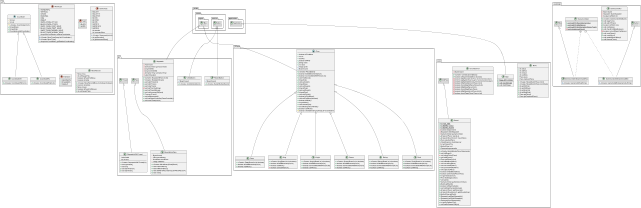
Above: doc/classDiagram.png in Zz1rg/Chessir (PlantUML), before the change.
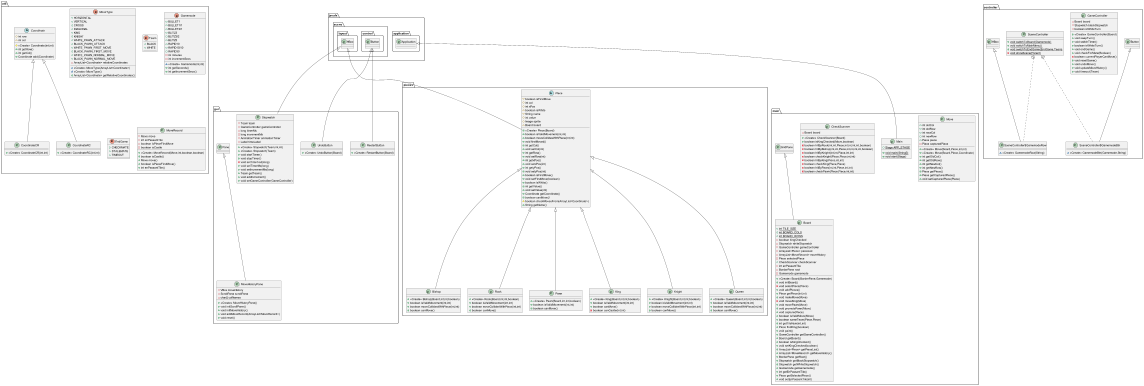
After the change.

Commit message:
Update class diagram

What changed in the source:
```diff
@@ -1,6 +1,5 @@
 @startuml
 class gui.RestartButton {
-~ Board board
 + <<Create>> RestartButton(Board)
 }
 enum util.MoveType {
@@ -33,13 +32,13 @@
 - boolean kingChecked
 - Stopwatch whiteStopwatch
 - GameController gameController
-+ ArrayList<Piece> pieceList
-+ ArrayList<MoveRecord> moveHistory
-+ Piece selectedPiece
+- ArrayList<Piece> pieceList
+- ArrayList<MoveRecord> moveHistory
+- Piece selectedPiece
 + CheckScanner checkScanner
 - int enPassantTile
-+ BorderPane root
-+ Gamemode gamemode
+- BorderPane root
+- Gamemode gamemode
 + <<Create>> Board(BorderPane,Gamemode)
 + void initBoard()
 - void selectPiece(Piece)
@@ -66,14 +65,14 @@
 + Stopwatch getWhiteStopwatch()
 + Gamemode getGamemode()
 + int getEnPassantTile()
++ Piece getSelectedPiece()
 + void setEnPassantTile(int)
 }
 class gui.MoveHistoryPane {
-- Board board
 - VBox moveHistory
 - ScrollPane scrollPane
 - char[] colNames
-+ <<Create>> MoveHistoryPane(Board)
++ <<Create>> MoveHistoryPane()
 + void initScrollPane()
 + void initMoveHistory()
 + void addMoveRecord(ArrayList<MoveRecord>)
@@ -105,14 +104,14 @@
 +  WHITE
 }
 abstract class pieces.Piece {
-+ boolean isFirstMove
-+ int col
-+ int xPos
-+ boolean isWhite
-+ String name
-+ int value
-~ Image sprite
-~ Board board
+# boolean isFirstMove
+# int col
+# int xPos
+# boolean isWhite
+# String name
+# int value
+# Image sprite
+# Board board
 + <<Create>> Piece(Board)
 + boolean isValidMovement(int,int)
 + boolean moveCollidesWithPiece(int,int)
@@ -133,6 +132,7 @@
 + Coordinate getCoordinate()
 + {abstract}boolean canMove()
 # boolean checkMovesFrom(ArrayList<Coordinate>)
++ String getName()
 }
 class controller.GameController {
 - Board board
@@ -156,7 +156,7 @@
 + int newCol
 + int newRow
 + Piece piece
-+ Piece capturedPiece
+- Piece capturedPiece
 + <<Create>> Move(Board,Piece,int,int)
 + <<Create>> Move(Board,Piece,Coordinate)
 + int getOldCol()
@@ -165,6 +165,7 @@
 + int getNewRow()
 + Piece getPiece()
 + Piece getCapturedPiece()
++ void setCapturedPiece(Piece)
 }
 enum util.Gamemode {
 +  BULLET1
@@ -199,7 +200,6 @@
 + int enPassantTile()
 }
 class gui.UndoButton {
-~ Board board
 + <<Create>> UndoButton(Board)
 }
 class pieces.Knight {
@@ -215,15 +215,6 @@
 }
 class util.CoordinateRC {
 + <<Create>> CoordinateRC(int,int)
-}
-class gui.StopwatchWithThread {
-- Label label
-- int second
-+ <<Create>> StopwatchWithThread(int)
-+ Label getLabel()
-+ void run()
-+ void startTimer(int)
-+ void startTimer()
 }
 class pieces.Queen {
 + <<Create>> Queen(Board,int,int,boolean)
@@ -260,7 +251,6 @@
 - Label timeLabel
 + <<Create>> Stopwatch(Team,int,int)
 + <<Create>> Stopwatch(Team)
-+ void startTimer(int)
 + void startTimer()
 + void stopTimer()
 - void setTimeText(long)
@@ -269,7 +259,6 @@
 + Team getTeam()
 + void addIncrement()
 + void setGameController(GameController)
-+ void resetTimer(int,int)
 }
 class main.CheckScanner {
 - Board board
@@ -301,7 +290,6 @@
 pieces.Piece <|-- pieces.Knight
 javafx.application.Application <|-- main.Main
 util.Coordinate <|-- util.CoordinateRC
-gui.Thread <|-- gui.StopwatchWithThread
 pieces.Piece <|-- pieces.Queen
 pieces.Piece <|-- pieces.Bishop
 pieces.Piece <|-- pieces.Rook
```
